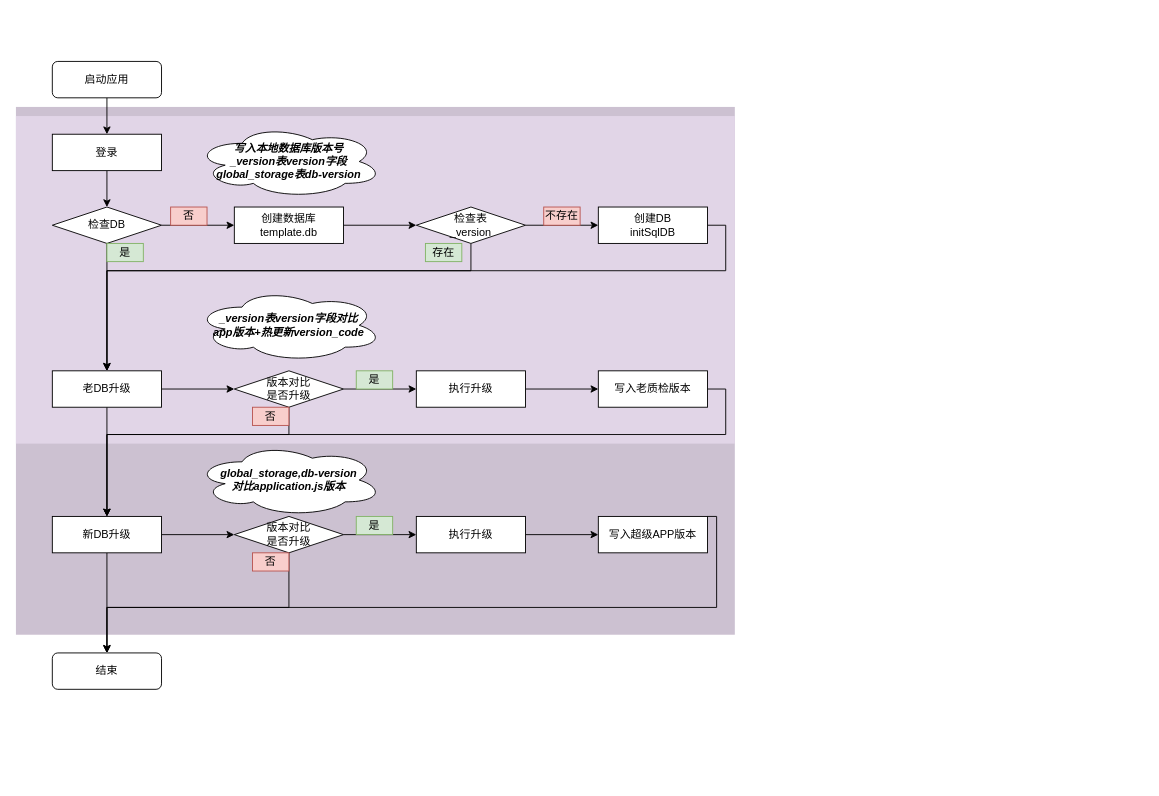
Above: sync-data/Untitled Diagram.drawio in jsven/design-draw (draw.io), before the change. Source tidied: cells renumbered, new cells numbered last; positions are measured from the earlier drawing's top-left corner, leaving out a move shared by most shapes. Both pictures are drawn from the tidied source at 91%, with x=0, y=0 at pixel (15, 61).
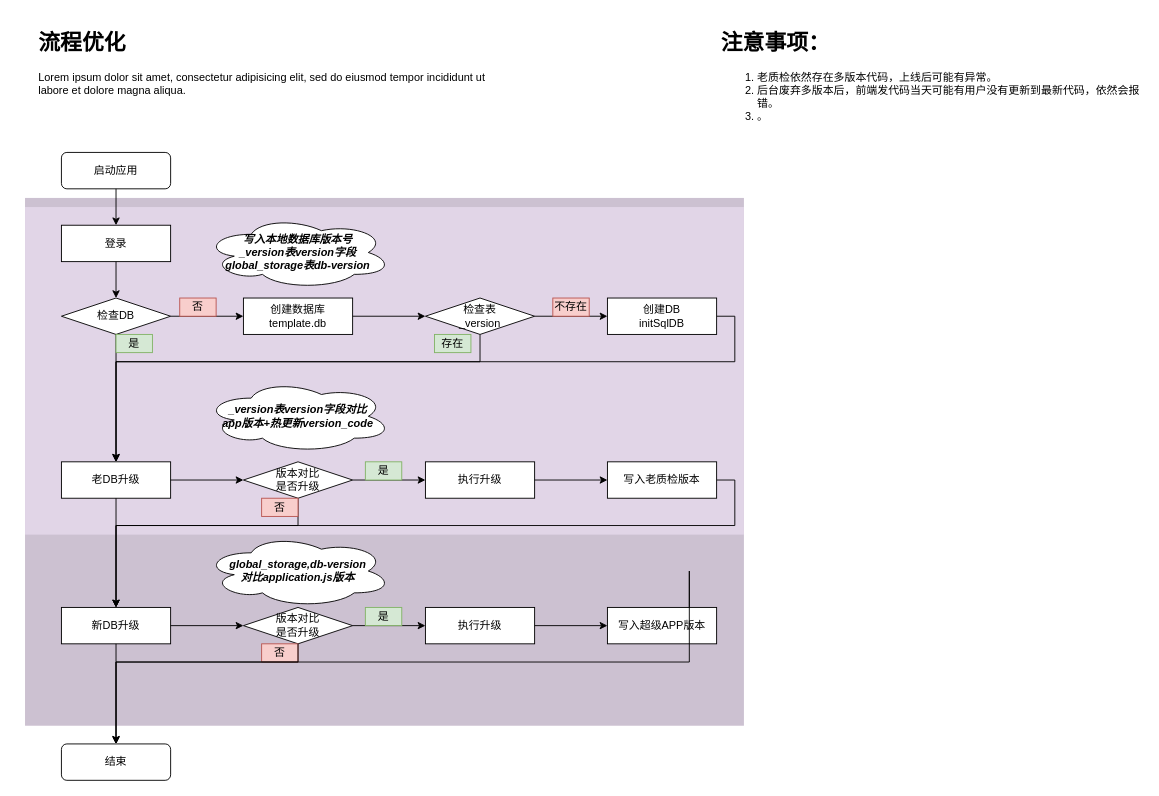
The same page after the edit.

The edit, as a diff of the source:
```diff
@@
+    <mxCell id="50" value="&lt;h1&gt;注意事项：&lt;/h1&gt;&lt;p&gt;&lt;/p&gt;&lt;ol&gt;&lt;li&gt;老质检依然存在多版本代码，上线后可能有异常。&lt;/li&gt;&lt;li&gt;后台废弃多版本后，前端发代码当天可能有用户没有更新到最新代码，依然会报错。&lt;/li&gt;&lt;li&gt;。&lt;/li&gt;&lt;/ol&gt;&lt;p&gt;&lt;/p&gt;" style="text;html=1;strokeColor=none;fillColor=none;spacing=5;spacingTop=-20;whiteSpace=wrap;overflow=hidden;rounded=0;" parent="1" vertex="1">
+      <mxGeometry x="770" y="-40" width="470" height="130" as="geometry" />
+    </mxCell>
+    <mxCell id="51" style="group;" parent="1" vertex="1">
+      <mxGeometry x="10" y="100" width="790" height="690" as="geometry" />
+    </mxCell>
+    <mxCell id="45" value="结束" style="rounded=1;whiteSpace=wrap;html=1;align=center;" parent="51" vertex="1">
+      <mxGeometry x="40" y="650" width="120" height="40" as="geometry" />
+    </mxCell>
+    <mxCell id="52" style="group;" parent="51" vertex="1">
+      <mxGeometry width="790" height="630" as="geometry" />
+    </mxCell>
-    <mxCell id="2" style="rounded=0;whiteSpace=wrap;html=1;fillColor=#CCC1D1;strokeColor=none;" parent="1" vertex="1">
+    <mxCell id="2" style="rounded=0;whiteSpace=wrap;html=1;fillColor=#CCC1D1;strokeColor=none;" parent="52" vertex="1">
       <mxGeometry y="50" width="790" height="580" as="geometry" />
     </mxCell>
-    <mxCell id="3" style="rounded=0;whiteSpace=wrap;html=1;fillColor=#e1d5e7;strokeColor=none;" parent="1" vertex="1">
+    <mxCell id="3" style="rounded=0;whiteSpace=wrap;html=1;fillColor=#e1d5e7;strokeColor=none;" parent="52" vertex="1">
       <mxGeometry y="60" width="790" height="360" as="geometry" />
     </mxCell>
+    <mxCell id="5" value="启动应用" style="rounded=1;whiteSpace=wrap;html=1;" parent="52" vertex="1">
+      <mxGeometry x="40" width="120" height="40" as="geometry" />
+    </mxCell>
+    <mxCell id="7" value="登录" style="rounded=0;whiteSpace=wrap;html=1;" parent="52" vertex="1">
+      <mxGeometry x="40" y="80" width="120" height="40" as="geometry" />
+    </mxCell>
-    <mxCell id="4" style="edgeStyle=orthogonalEdgeStyle;rounded=0;jettySize=auto;html=1;exitX=0.5;exitY=1;exitDx=0;exitDy=0;entryX=0.5;entryY=0;entryDx=0;entryDy=0;" parent="1" edge="1" source="5" target="7">
+    <mxCell id="4" style="edgeStyle=orthogonalEdgeStyle;rounded=0;jettySize=auto;html=1;exitX=0.5;exitY=1;exitDx=0;exitDy=0;entryX=0.5;entryY=0;entryDx=0;entryDy=0;" parent="52" edge="1" source="5" target="7">
       <mxGeometry relative="1" as="geometry" />
     </mxCell>
-    <mxCell id="5" value="启动应用" style="rounded=1;whiteSpace=wrap;html=1;" parent="1" vertex="1">
-      <mxGeometry x="40" width="120" height="40" as="geometry" />
-    </mxCell>
+    <mxCell id="10" value="检查DB" style="rhombus;whiteSpace=wrap;html=1;rounded=0;" parent="52" vertex="1">
+      <mxGeometry x="40" y="160" width="120" height="40" as="geometry" />
+    </mxCell>
-    <mxCell id="6" style="edgeStyle=orthogonalEdgeStyle;rounded=0;jettySize=auto;html=1;" parent="1" edge="1" source="7" target="10">
+    <mxCell id="6" style="edgeStyle=orthogonalEdgeStyle;rounded=0;jettySize=auto;html=1;" parent="52" edge="1" source="7" target="10">
       <mxGeometry relative="1" as="geometry" />
     </mxCell>
-    <mxCell id="7" value="登录" style="rounded=0;whiteSpace=wrap;html=1;" parent="1" vertex="1">
-      <mxGeometry x="40" y="80" width="120" height="40" as="geometry" />
-    </mxCell>
+    <mxCell id="13" value="老DB升级" style="whiteSpace=wrap;html=1;rounded=0;" parent="52" vertex="1">
+      <mxGeometry x="40" y="340" width="120" height="40" as="geometry" />
+    </mxCell>
-    <mxCell id="8" style="edgeStyle=orthogonalEdgeStyle;rounded=0;jettySize=auto;html=1;" parent="1" edge="1" source="10" target="13">
+    <mxCell id="8" style="edgeStyle=orthogonalEdgeStyle;rounded=0;jettySize=auto;html=1;" parent="52" edge="1" source="10" target="13">
       <mxGeometry relative="1" as="geometry" />
     </mxCell>
+    <mxCell id="16" value="新DB升级" style="whiteSpace=wrap;html=1;rounded=0;" parent="52" vertex="1">
+      <mxGeometry x="40" y="500" width="120" height="40" as="geometry" />
+    </mxCell>
+    <mxCell id="11" style="edgeStyle=orthogonalEdgeStyle;rounded=0;jettySize=auto;html=1;" parent="52" edge="1" source="13" target="16">
+      <mxGeometry relative="1" as="geometry" />
+    </mxCell>
+    <mxCell id="18" value="创建数据库&lt;br&gt;template.db&lt;br&gt;" style="whiteSpace=wrap;html=1;rounded=0;" parent="52" vertex="1">
+      <mxGeometry x="240" y="160" width="120" height="40" as="geometry" />
+    </mxCell>
-    <mxCell id="9" style="edgeStyle=orthogonalEdgeStyle;rounded=0;jettySize=auto;html=1;" parent="1" edge="1" source="10" target="18">
+    <mxCell id="9" style="edgeStyle=orthogonalEdgeStyle;rounded=0;jettySize=auto;html=1;" parent="52" edge="1" source="10" target="18">
       <mxGeometry relative="1" as="geometry" />
     </mxCell>
-    <mxCell id="10" value="检查DB" style="rhombus;whiteSpace=wrap;html=1;rounded=0;" parent="1" vertex="1">
-      <mxGeometry x="40" y="160" width="120" height="40" as="geometry" />
-    </mxCell>
-    <mxCell id="11" style="edgeStyle=orthogonalEdgeStyle;rounded=0;jettySize=auto;html=1;" parent="1" edge="1" source="13" target="16">
-      <mxGeometry relative="1" as="geometry" />
-    </mxCell>
-    <mxCell id="12" style="edgeStyle=orthogonalEdgeStyle;rounded=0;jettySize=auto;html=1;" parent="1" edge="1" source="13" target="26">
-      <mxGeometry relative="1" as="geometry" />
-    </mxCell>
-    <mxCell id="13" value="老DB升级" style="whiteSpace=wrap;html=1;rounded=0;" parent="1" vertex="1">
-      <mxGeometry x="40" y="340" width="120" height="40" as="geometry" />
-    </mxCell>
-    <mxCell id="14" style="edgeStyle=orthogonalEdgeStyle;rounded=0;jettySize=auto;html=1;exitX=1;exitY=0.5;exitDx=0;exitDy=0;entryX=0;entryY=0.5;entryDx=0;entryDy=0;" parent="1" edge="1" source="16" target="29">
-      <mxGeometry relative="1" as="geometry" />
-    </mxCell>
-    <mxCell id="15" style="edgeStyle=orthogonalEdgeStyle;rounded=0;jettySize=auto;html=1;exitX=0.5;exitY=1;exitDx=0;exitDy=0;entryX=0.5;entryY=0;entryDx=0;entryDy=0;" parent="1" edge="1" source="16" target="45">
-      <mxGeometry relative="1" as="geometry" />
-    </mxCell>
-    <mxCell id="16" value="新DB升级" style="whiteSpace=wrap;html=1;rounded=0;" parent="1" vertex="1">
-      <mxGeometry x="40" y="500" width="120" height="40" as="geometry" />
-    </mxCell>
-    <mxCell id="17" style="edgeStyle=orthogonalEdgeStyle;rounded=0;jettySize=auto;html=1;" parent="1" edge="1" source="18" target="21">
-      <mxGeometry relative="1" as="geometry" />
-    </mxCell>
-    <mxCell id="18" value="创建数据库&lt;br&gt;template.db&lt;br&gt;" style="whiteSpace=wrap;html=1;rounded=0;" parent="1" vertex="1">
-      <mxGeometry x="240" y="160" width="120" height="40" as="geometry" />
-    </mxCell>
-    <mxCell id="19" style="edgeStyle=orthogonalEdgeStyle;rounded=0;jettySize=auto;html=1;" parent="1" edge="1" source="21" target="23">
-      <mxGeometry relative="1" as="geometry" />
-    </mxCell>
-    <mxCell id="20" style="edgeStyle=orthogonalEdgeStyle;rounded=0;jettySize=auto;html=1;exitX=0.5;exitY=1;exitDx=0;exitDy=0;entryX=0.5;entryY=0;entryDx=0;entryDy=0;" parent="1" edge="1" source="21" target="13">
+    <mxCell id="20" style="edgeStyle=orthogonalEdgeStyle;rounded=0;jettySize=auto;html=1;exitX=0.5;exitY=1;exitDx=0;exitDy=0;entryX=0.5;entryY=0;entryDx=0;entryDy=0;" parent="52" edge="1" source="21" target="13">
       <mxGeometry relative="1" as="geometry">
         <Array as="points">
           <mxPoint x="500" y="230" />
           <mxPoint x="100" y="230" />
         </Array>
       </mxGeometry>
     </mxCell>
-    <mxCell id="21" value="检查表&lt;br&gt;_version&lt;br&gt;" style="rhombus;whiteSpace=wrap;html=1;rounded=0;" parent="1" vertex="1">
+    <mxCell id="21" value="检查表&lt;br&gt;_version&lt;br&gt;" style="rhombus;whiteSpace=wrap;html=1;rounded=0;" parent="52" vertex="1">
       <mxGeometry x="440" y="160" width="120" height="40" as="geometry" />
     </mxCell>
+    <mxCell id="17" style="edgeStyle=orthogonalEdgeStyle;rounded=0;jettySize=auto;html=1;" parent="52" edge="1" source="18" target="21">
+      <mxGeometry relative="1" as="geometry" />
+    </mxCell>
-    <mxCell id="22" style="edgeStyle=orthogonalEdgeStyle;rounded=0;jettySize=auto;html=1;exitX=1;exitY=0.5;exitDx=0;exitDy=0;entryX=0.5;entryY=0;entryDx=0;entryDy=0;" parent="1" edge="1" source="23" target="13">
+    <mxCell id="22" style="edgeStyle=orthogonalEdgeStyle;rounded=0;jettySize=auto;html=1;exitX=1;exitY=0.5;exitDx=0;exitDy=0;entryX=0.5;entryY=0;entryDx=0;entryDy=0;" parent="52" edge="1" source="23" target="13">
       <mxGeometry relative="1" as="geometry">
         <Array as="points">
           <mxPoint x="780" y="180" />
           <mxPoint x="780" y="230" />
           <mxPoint x="100" y="230" />
         </Array>
       </mxGeometry>
     </mxCell>
-    <mxCell id="23" value="创建DB &lt;br&gt;initSqlDB&lt;br&gt;" style="whiteSpace=wrap;html=1;rounded=0;" parent="1" vertex="1">
+    <mxCell id="23" value="创建DB &lt;br&gt;initSqlDB&lt;br&gt;" style="whiteSpace=wrap;html=1;rounded=0;" parent="52" vertex="1">
       <mxGeometry x="640" y="160" width="120" height="40" as="geometry" />
     </mxCell>
-    <mxCell id="24" style="edgeStyle=orthogonalEdgeStyle;rounded=0;jettySize=auto;html=1;" parent="1" edge="1" source="26" target="36">
-      <mxGeometry relative="1" as="geometry" />
-    </mxCell>
+    <mxCell id="19" style="edgeStyle=orthogonalEdgeStyle;rounded=0;jettySize=auto;html=1;" parent="52" edge="1" source="21" target="23">
+      <mxGeometry relative="1" as="geometry" />
+    </mxCell>
-    <mxCell id="25" style="edgeStyle=orthogonalEdgeStyle;rounded=0;jettySize=auto;html=1;exitX=0.5;exitY=1;exitDx=0;exitDy=0;entryX=0.5;entryY=0;entryDx=0;entryDy=0;" parent="1" edge="1" source="26" target="16">
+    <mxCell id="25" style="edgeStyle=orthogonalEdgeStyle;rounded=0;jettySize=auto;html=1;exitX=0.5;exitY=1;exitDx=0;exitDy=0;entryX=0.5;entryY=0;entryDx=0;entryDy=0;" parent="52" edge="1" source="26" target="16">
       <mxGeometry relative="1" as="geometry">
         <Array as="points">
           <mxPoint x="300" y="410" />
           <mxPoint x="100" y="410" />
         </Array>
       </mxGeometry>
     </mxCell>
-    <mxCell id="26" value="版本对比&lt;br&gt;是否升级&lt;br&gt;" style="rhombus;whiteSpace=wrap;html=1;rounded=0;" parent="1" vertex="1">
+    <mxCell id="26" value="版本对比&lt;br&gt;是否升级&lt;br&gt;" style="rhombus;whiteSpace=wrap;html=1;rounded=0;" parent="52" vertex="1">
       <mxGeometry x="240" y="340" width="120" height="40" as="geometry" />
     </mxCell>
-    <mxCell id="27" style="edgeStyle=orthogonalEdgeStyle;rounded=0;jettySize=auto;html=1;" parent="1" edge="1" source="29" target="40">
-      <mxGeometry relative="1" as="geometry" />
-    </mxCell>
-    <mxCell id="28" style="edgeStyle=orthogonalEdgeStyle;rounded=0;jettySize=auto;html=1;exitX=0.5;exitY=1;exitDx=0;exitDy=0;entryX=0.5;entryY=0;entryDx=0;entryDy=0;" parent="1" edge="1" source="29" target="45">
-      <mxGeometry relative="1" as="geometry">
-        <Array as="points">
-          <mxPoint x="300" y="600" />
-          <mxPoint x="100" y="600" />
-        </Array>
-      </mxGeometry>
-    </mxCell>
+    <mxCell id="12" style="edgeStyle=orthogonalEdgeStyle;rounded=0;jettySize=auto;html=1;" parent="52" edge="1" source="13" target="26">
+      <mxGeometry relative="1" as="geometry" />
+    </mxCell>
-    <mxCell id="29" value="版本对比&lt;br&gt;是否升级&lt;br&gt;" style="rhombus;whiteSpace=wrap;html=1;rounded=0;" parent="1" vertex="1">
+    <mxCell id="29" value="版本对比&lt;br&gt;是否升级&lt;br&gt;" style="rhombus;whiteSpace=wrap;html=1;rounded=0;" parent="52" vertex="1">
       <mxGeometry x="240" y="500" width="120" height="40" as="geometry" />
     </mxCell>
+    <mxCell id="14" style="edgeStyle=orthogonalEdgeStyle;rounded=0;jettySize=auto;html=1;exitX=1;exitY=0.5;exitDx=0;exitDy=0;entryX=0;entryY=0.5;entryDx=0;entryDy=0;" parent="52" edge="1" source="16" target="29">
+      <mxGeometry relative="1" as="geometry" />
+    </mxCell>
-    <mxCell id="30" value="否" style="text;html=1;strokeColor=#b85450;fillColor=#f8cecc;align=center;verticalAlign=middle;whiteSpace=wrap;rounded=0;" parent="1" vertex="1">
+    <mxCell id="30" value="否" style="text;html=1;strokeColor=#b85450;fillColor=#f8cecc;align=center;verticalAlign=middle;whiteSpace=wrap;rounded=0;" parent="52" vertex="1">
       <mxGeometry x="170" y="160" width="40" height="20" as="geometry" />
     </mxCell>
-    <mxCell id="31" value="是" style="text;html=1;strokeColor=#82b366;fillColor=#d5e8d4;align=center;verticalAlign=middle;whiteSpace=wrap;rounded=0;" parent="1" vertex="1">
+    <mxCell id="31" value="是" style="text;html=1;strokeColor=#82b366;fillColor=#d5e8d4;align=center;verticalAlign=middle;whiteSpace=wrap;rounded=0;" parent="52" vertex="1">
       <mxGeometry x="100" y="200" width="40" height="20" as="geometry" />
     </mxCell>
-    <mxCell id="32" value="写入本地数据库版本号&lt;br&gt;_version表version字段&lt;br&gt;global_storage表db-version&lt;br&gt;" style="ellipse;shape=cloud;whiteSpace=wrap;html=1;align=center;fontStyle=3;" parent="1" vertex="1">
+    <mxCell id="32" value="写入本地数据库版本号&lt;br&gt;_version表version字段&lt;br&gt;global_storage表db-version&lt;br&gt;" style="ellipse;shape=cloud;whiteSpace=wrap;html=1;align=center;fontStyle=3;" parent="52" vertex="1">
       <mxGeometry x="197" y="70" width="206" height="80" as="geometry" />
     </mxCell>
-    <mxCell id="33" value="_version表version字段对比&lt;br&gt;app版本+热更新version_code&lt;br&gt;" style="ellipse;shape=cloud;whiteSpace=wrap;html=1;align=center;fontStyle=3;" parent="1" vertex="1">
+    <mxCell id="33" value="_version表version字段对比&lt;br&gt;app版本+热更新version_code&lt;br&gt;" style="ellipse;shape=cloud;whiteSpace=wrap;html=1;align=center;fontStyle=3;" parent="52" vertex="1">
       <mxGeometry x="197" y="250" width="206" height="80" as="geometry" />
     </mxCell>
-    <mxCell id="34" value="global_storage,db-version&lt;br&gt;对比application.js版本&lt;br&gt;" style="ellipse;shape=cloud;whiteSpace=wrap;html=1;align=center;fontStyle=3;" parent="1" vertex="1">
+    <mxCell id="34" value="global_storage,db-version&lt;br&gt;对比application.js版本&lt;br&gt;" style="ellipse;shape=cloud;whiteSpace=wrap;html=1;align=center;fontStyle=3;" parent="52" vertex="1">
       <mxGeometry x="197" y="420" width="206" height="80" as="geometry" />
     </mxCell>
-    <mxCell id="35" style="edgeStyle=orthogonalEdgeStyle;rounded=0;jettySize=auto;html=1;" parent="1" edge="1" source="36" target="38">
-      <mxGeometry relative="1" as="geometry" />
-    </mxCell>
-    <mxCell id="36" value="执行升级" style="whiteSpace=wrap;html=1;rounded=0;" parent="1" vertex="1">
+    <mxCell id="36" value="执行升级" style="whiteSpace=wrap;html=1;rounded=0;" parent="52" vertex="1">
       <mxGeometry x="440" y="340" width="120" height="40" as="geometry" />
     </mxCell>
+    <mxCell id="24" style="edgeStyle=orthogonalEdgeStyle;rounded=0;jettySize=auto;html=1;" parent="52" edge="1" source="26" target="36">
+      <mxGeometry relative="1" as="geometry" />
+    </mxCell>
-    <mxCell id="37" style="edgeStyle=orthogonalEdgeStyle;rounded=0;jettySize=auto;html=1;exitX=1;exitY=0.5;exitDx=0;exitDy=0;" parent="1" edge="1" source="38">
+    <mxCell id="37" style="edgeStyle=orthogonalEdgeStyle;rounded=0;jettySize=auto;html=1;exitX=1;exitY=0.5;exitDx=0;exitDy=0;" parent="52" edge="1" source="38">
       <mxGeometry relative="1" as="geometry">
         <mxPoint x="100" y="500" as="targetPoint" />
         <Array as="points">
           <mxPoint x="780" y="360" />
           <mxPoint x="780" y="410" />
           <mxPoint x="100" y="410" />
         </Array>
       </mxGeometry>
     </mxCell>
-    <mxCell id="38" value="写入老质检版本" style="whiteSpace=wrap;html=1;rounded=0;" parent="1" vertex="1">
+    <mxCell id="38" value="写入老质检版本" style="whiteSpace=wrap;html=1;rounded=0;" parent="52" vertex="1">
       <mxGeometry x="640" y="340" width="120" height="40" as="geometry" />
     </mxCell>
+    <mxCell id="35" style="edgeStyle=orthogonalEdgeStyle;rounded=0;jettySize=auto;html=1;" parent="52" edge="1" source="36" target="38">
+      <mxGeometry relative="1" as="geometry" />
+    </mxCell>
+    <mxCell id="40" value="执行升级" style="whiteSpace=wrap;html=1;rounded=0;" parent="52" vertex="1">
+      <mxGeometry x="440" y="500" width="120" height="40" as="geometry" />
+    </mxCell>
+    <mxCell id="27" style="edgeStyle=orthogonalEdgeStyle;rounded=0;jettySize=auto;html=1;" parent="52" edge="1" source="29" target="40">
+      <mxGeometry relative="1" as="geometry" />
+    </mxCell>
+    <mxCell id="42" value="写入超级APP版本" style="whiteSpace=wrap;html=1;rounded=0;" parent="52" vertex="1">
+      <mxGeometry x="640" y="500" width="120" height="40" as="geometry" />
+    </mxCell>
-    <mxCell id="39" style="edgeStyle=orthogonalEdgeStyle;rounded=0;jettySize=auto;html=1;" parent="1" edge="1" source="40" target="42">
+    <mxCell id="39" style="edgeStyle=orthogonalEdgeStyle;rounded=0;jettySize=auto;html=1;" parent="52" edge="1" source="40" target="42">
       <mxGeometry relative="1" as="geometry" />
     </mxCell>
-    <mxCell id="40" value="执行升级" style="whiteSpace=wrap;html=1;rounded=0;" parent="1" vertex="1">
-      <mxGeometry x="440" y="500" width="120" height="40" as="geometry" />
-    </mxCell>
-    <mxCell id="41" style="edgeStyle=orthogonalEdgeStyle;rounded=0;jettySize=auto;html=1;entryX=0.5;entryY=0;entryDx=0;entryDy=0;" parent="1" edge="1" source="42" target="45">
-      <mxGeometry relative="1" as="geometry">
-        <Array as="points">
-          <mxPoint x="770" y="500" />
-          <mxPoint x="770" y="600" />
-          <mxPoint x="100" y="600" />
-        </Array>
-      </mxGeometry>
-    </mxCell>
-    <mxCell id="42" value="写入超级APP版本" style="whiteSpace=wrap;html=1;rounded=0;" parent="1" vertex="1">
-      <mxGeometry x="640" y="500" width="120" height="40" as="geometry" />
-    </mxCell>
-    <mxCell id="43" value="不存在" style="text;html=1;strokeColor=#b85450;fillColor=#f8cecc;align=center;verticalAlign=middle;whiteSpace=wrap;rounded=0;" parent="1" vertex="1">
+    <mxCell id="43" value="不存在" style="text;html=1;strokeColor=#b85450;fillColor=#f8cecc;align=center;verticalAlign=middle;whiteSpace=wrap;rounded=0;" parent="52" vertex="1">
       <mxGeometry x="580" y="160" width="40" height="20" as="geometry" />
     </mxCell>
-    <mxCell id="44" value="否" style="text;html=1;strokeColor=#b85450;fillColor=#f8cecc;align=center;verticalAlign=middle;whiteSpace=wrap;rounded=0;" parent="1" vertex="1">
+    <mxCell id="44" value="否" style="text;html=1;strokeColor=#b85450;fillColor=#f8cecc;align=center;verticalAlign=middle;whiteSpace=wrap;rounded=0;" parent="52" vertex="1">
       <mxGeometry x="260" y="380" width="40" height="20" as="geometry" />
     </mxCell>
-    <mxCell id="45" value="结束" style="rounded=1;whiteSpace=wrap;html=1;align=center;" parent="1" vertex="1">
-      <mxGeometry x="40" y="650" width="120" height="40" as="geometry" />
-    </mxCell>
-    <mxCell id="46" value="是" style="text;html=1;strokeColor=#82b366;fillColor=#d5e8d4;align=center;verticalAlign=middle;whiteSpace=wrap;rounded=0;" parent="1" vertex="1">
+    <mxCell id="46" value="是" style="text;html=1;strokeColor=#82b366;fillColor=#d5e8d4;align=center;verticalAlign=middle;whiteSpace=wrap;rounded=0;" parent="52" vertex="1">
       <mxGeometry x="374" y="340" width="40" height="20" as="geometry" />
     </mxCell>
-    <mxCell id="47" value="是" style="text;html=1;strokeColor=#82b366;fillColor=#d5e8d4;align=center;verticalAlign=middle;whiteSpace=wrap;rounded=0;" parent="1" vertex="1">
+    <mxCell id="47" value="是" style="text;html=1;strokeColor=#82b366;fillColor=#d5e8d4;align=center;verticalAlign=middle;whiteSpace=wrap;rounded=0;" parent="52" vertex="1">
       <mxGeometry x="374" y="500" width="40" height="20" as="geometry" />
     </mxCell>
-    <mxCell id="48" value="否" style="text;html=1;strokeColor=#b85450;fillColor=#f8cecc;align=center;verticalAlign=middle;whiteSpace=wrap;rounded=0;" parent="1" vertex="1">
+    <mxCell id="48" value="否" style="text;html=1;strokeColor=#b85450;fillColor=#f8cecc;align=center;verticalAlign=middle;whiteSpace=wrap;rounded=0;" parent="52" vertex="1">
       <mxGeometry x="260" y="540" width="40" height="20" as="geometry" />
     </mxCell>
-    <mxCell id="49" value="存在" style="text;html=1;strokeColor=#82b366;fillColor=#d5e8d4;align=center;verticalAlign=middle;whiteSpace=wrap;rounded=0;" parent="1" vertex="1">
+    <mxCell id="49" value="存在" style="text;html=1;strokeColor=#82b366;fillColor=#d5e8d4;align=center;verticalAlign=middle;whiteSpace=wrap;rounded=0;" parent="52" vertex="1">
       <mxGeometry x="450" y="200" width="40" height="20" as="geometry" />
     </mxCell>
+    <mxCell id="15" style="edgeStyle=orthogonalEdgeStyle;rounded=0;jettySize=auto;html=1;exitX=0.5;exitY=1;exitDx=0;exitDy=0;entryX=0.5;entryY=0;entryDx=0;entryDy=0;" parent="51" edge="1" source="16" target="45">
+      <mxGeometry relative="1" as="geometry" />
+    </mxCell>
+    <mxCell id="28" style="edgeStyle=orthogonalEdgeStyle;rounded=0;jettySize=auto;html=1;exitX=0.5;exitY=1;exitDx=0;exitDy=0;entryX=0.5;entryY=0;entryDx=0;entryDy=0;" parent="51" edge="1" source="29" target="45">
+      <mxGeometry relative="1" as="geometry">
+        <Array as="points">
+          <mxPoint x="260" y="560" />
+          <mxPoint x="60" y="560" />
+        </Array>
+      </mxGeometry>
+    </mxCell>
+    <mxCell id="41" style="edgeStyle=orthogonalEdgeStyle;rounded=0;jettySize=auto;html=1;entryX=0.5;entryY=0;entryDx=0;entryDy=0;" parent="51" edge="1" source="42" target="45">
+      <mxGeometry relative="1" as="geometry">
+        <Array as="points">
+          <mxPoint x="730" y="460" />
+          <mxPoint x="730" y="560" />
+          <mxPoint x="60" y="560" />
+        </Array>
+      </mxGeometry>
+    </mxCell>
+    <mxCell id="53" value="&lt;h1&gt;流程优化&lt;/h1&gt;&lt;p&gt;Lorem ipsum dolor sit amet, consectetur adipisicing elit, sed do eiusmod tempor incididunt ut labore et dolore magna aliqua.&lt;/p&gt;" style="text;html=1;strokeColor=none;fillColor=none;spacing=5;spacingTop=-20;whiteSpace=wrap;overflow=hidden;rounded=0;" parent="1" vertex="1">
+      <mxGeometry x="20" y="-40" width="510" height="120" as="geometry" />
+    </mxCell>
```
